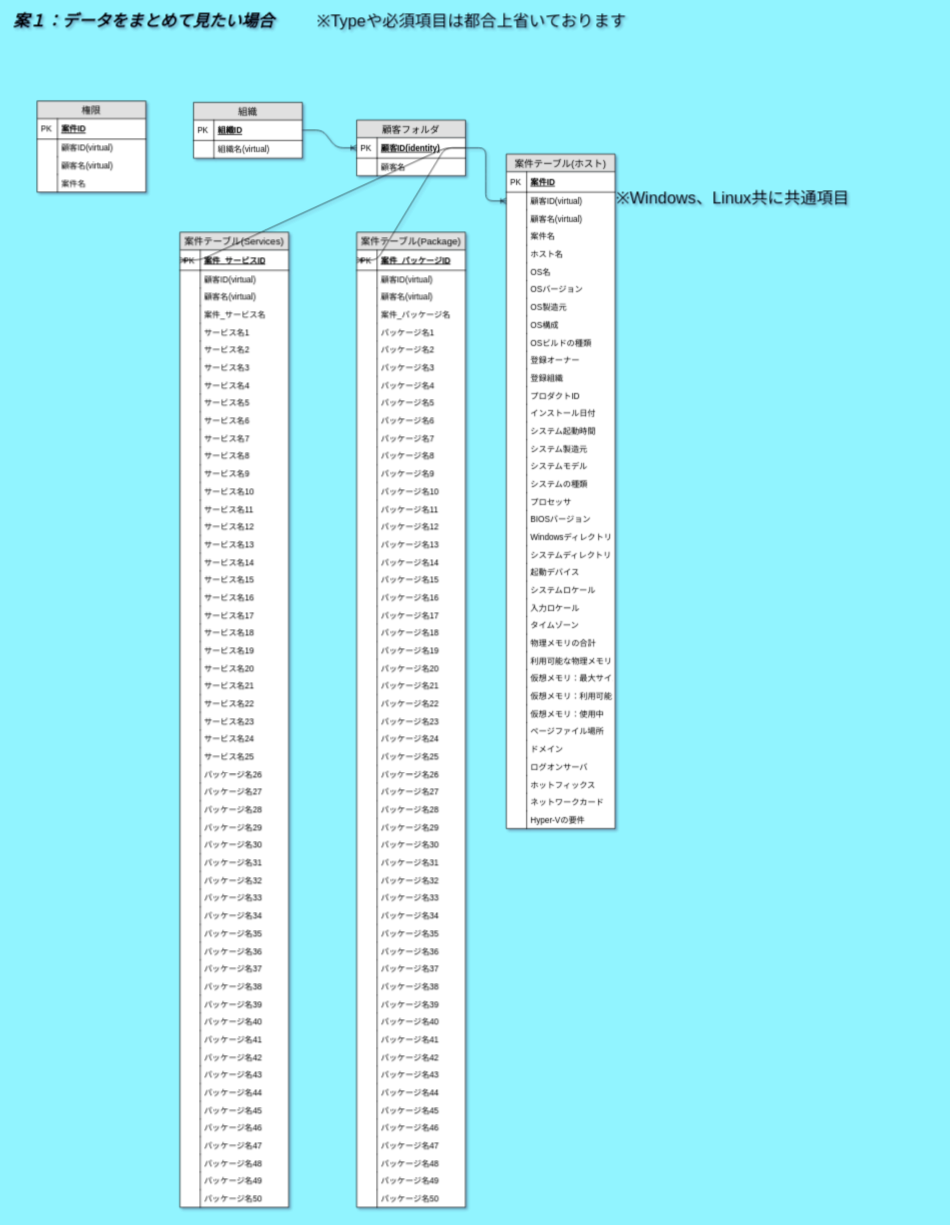
Above: Untitled Diagram.drawio in ToshikiSakaue/test (draw.io), before the change. Source tidied: cells renumbered, new cells numbered last; positions are measured from the earlier drawing's top-left corner, leaving out a move shared by most shapes. Both pictures are drawn from the tidied source at 68%, with x=0, y=0 at pixel (12, 14).
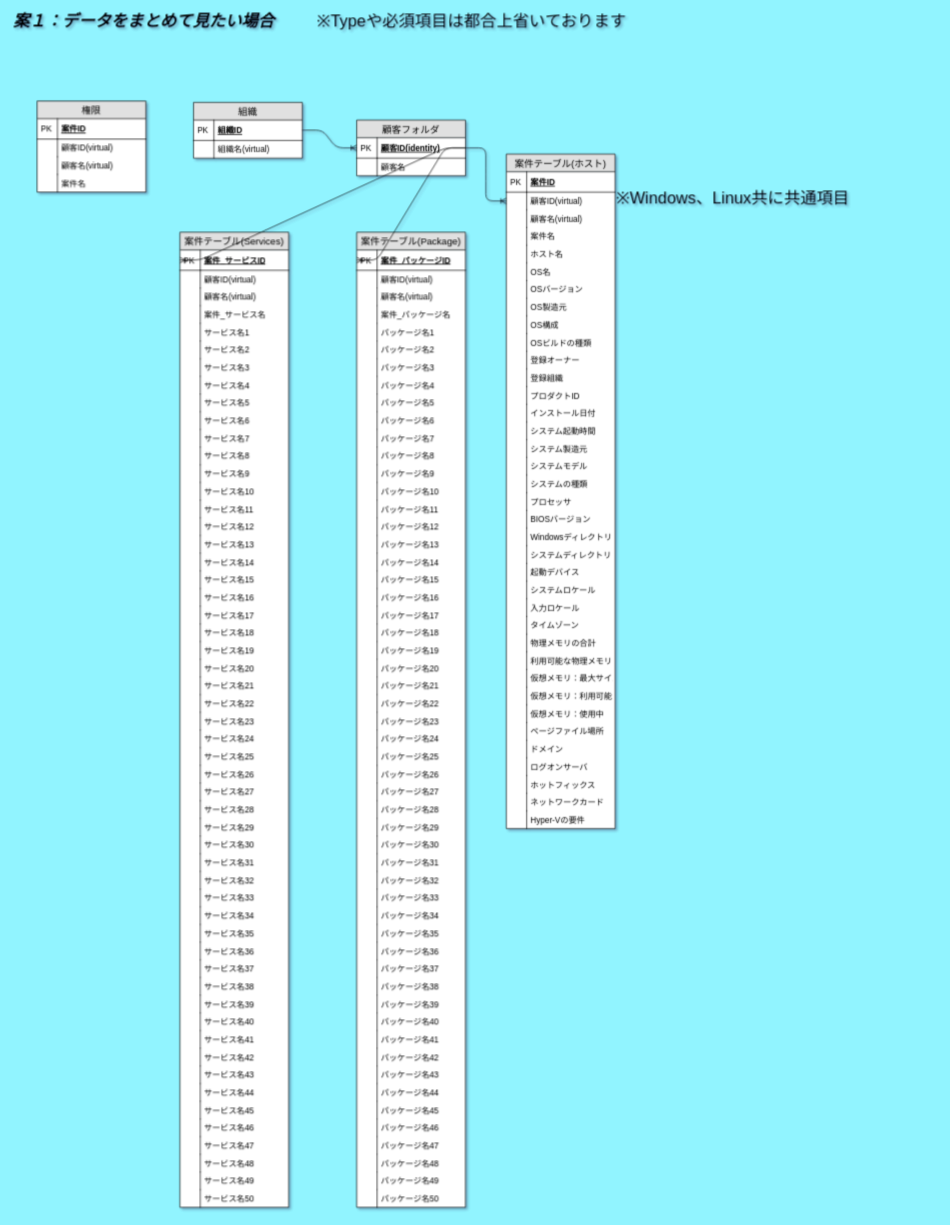
Above is the later version.

Unchanged cells that the change refers to:
```xml
<mxCell id="211" value="案件テーブル(Services)" style="swimlane;fontStyle=0;horizontal=1;startSize=26;fillColor=#e0e0e0;swimlaneFillColor=#ffffff;align=center;fontSize=14;rounded=0;glass=0;" parent="1" vertex="1">
  <mxGeometry x="247" y="320" width="160" height="1434" as="geometry" />
</mxCell>
```

The edit, as a diff of the source:
```diff
@@
-    <mxCell id="270" value="パッケージ名26" style="shape=partialRectangle;top=0;left=0;right=0;bottom=0;align=left;verticalAlign=top;fillColor=none;spacingLeft=34;spacingRight=4;overflow=hidden;fontSize=12;" parent="211" vertex="1">
+    <mxCell id="270" value="サービス名26" style="shape=partialRectangle;top=0;left=0;right=0;bottom=0;align=left;verticalAlign=top;fillColor=none;spacingLeft=34;spacingRight=4;overflow=hidden;fontSize=12;" parent="211" vertex="1">
       <mxGeometry y="784" width="160" height="26" as="geometry" />
     </mxCell>
@@
-    <mxCell id="272" value="パッケージ名27" style="shape=partialRectangle;top=0;left=0;right=0;bottom=0;align=left;verticalAlign=top;fillColor=none;spacingLeft=34;spacingRight=4;overflow=hidden;fontSize=12;" parent="211" vertex="1">
+    <mxCell id="272" value="サービス名27" style="shape=partialRectangle;top=0;left=0;right=0;bottom=0;align=left;verticalAlign=top;fillColor=none;spacingLeft=34;spacingRight=4;overflow=hidden;fontSize=12;" parent="211" vertex="1">
       <mxGeometry y="810" width="160" height="26" as="geometry" />
     </mxCell>
@@
-    <mxCell id="274" value="パッケージ名28" style="shape=partialRectangle;top=0;left=0;right=0;bottom=0;align=left;verticalAlign=top;fillColor=none;spacingLeft=34;spacingRight=4;overflow=hidden;fontSize=12;" parent="211" vertex="1">
+    <mxCell id="274" value="サービス名28" style="shape=partialRectangle;top=0;left=0;right=0;bottom=0;align=left;verticalAlign=top;fillColor=none;spacingLeft=34;spacingRight=4;overflow=hidden;fontSize=12;" parent="211" vertex="1">
       <mxGeometry y="836" width="160" height="26" as="geometry" />
     </mxCell>
@@
-    <mxCell id="276" value="パッケージ名29" style="shape=partialRectangle;top=0;left=0;right=0;bottom=0;align=left;verticalAlign=top;fillColor=none;spacingLeft=34;spacingRight=4;overflow=hidden;fontSize=12;" parent="211" vertex="1">
+    <mxCell id="276" value="サービス名29" style="shape=partialRectangle;top=0;left=0;right=0;bottom=0;align=left;verticalAlign=top;fillColor=none;spacingLeft=34;spacingRight=4;overflow=hidden;fontSize=12;" parent="211" vertex="1">
       <mxGeometry y="862" width="160" height="26" as="geometry" />
     </mxCell>
@@
-    <mxCell id="278" value="パッケージ名30" style="shape=partialRectangle;top=0;left=0;right=0;bottom=0;align=left;verticalAlign=top;fillColor=none;spacingLeft=34;spacingRight=4;overflow=hidden;fontSize=12;" parent="211" vertex="1">
+    <mxCell id="278" value="サービス名30" style="shape=partialRectangle;top=0;left=0;right=0;bottom=0;align=left;verticalAlign=top;fillColor=none;spacingLeft=34;spacingRight=4;overflow=hidden;fontSize=12;" parent="211" vertex="1">
       <mxGeometry y="888" width="160" height="26" as="geometry" />
     </mxCell>
@@
-    <mxCell id="280" value="パッケージ名31" style="shape=partialRectangle;top=0;left=0;right=0;bottom=0;align=left;verticalAlign=top;fillColor=none;spacingLeft=34;spacingRight=4;overflow=hidden;fontSize=12;" parent="211" vertex="1">
+    <mxCell id="280" value="サービス名31" style="shape=partialRectangle;top=0;left=0;right=0;bottom=0;align=left;verticalAlign=top;fillColor=none;spacingLeft=34;spacingRight=4;overflow=hidden;fontSize=12;" parent="211" vertex="1">
       <mxGeometry y="914" width="160" height="26" as="geometry" />
     </mxCell>
@@
-    <mxCell id="282" value="パッケージ名32" style="shape=partialRectangle;top=0;left=0;right=0;bottom=0;align=left;verticalAlign=top;fillColor=none;spacingLeft=34;spacingRight=4;overflow=hidden;fontSize=12;" parent="211" vertex="1">
+    <mxCell id="282" value="サービス名32" style="shape=partialRectangle;top=0;left=0;right=0;bottom=0;align=left;verticalAlign=top;fillColor=none;spacingLeft=34;spacingRight=4;overflow=hidden;fontSize=12;" parent="211" vertex="1">
       <mxGeometry y="940" width="160" height="26" as="geometry" />
     </mxCell>
@@
-    <mxCell id="284" value="パッケージ名33" style="shape=partialRectangle;top=0;left=0;right=0;bottom=0;align=left;verticalAlign=top;fillColor=none;spacingLeft=34;spacingRight=4;overflow=hidden;fontSize=12;" parent="211" vertex="1">
+    <mxCell id="284" value="サービス名33" style="shape=partialRectangle;top=0;left=0;right=0;bottom=0;align=left;verticalAlign=top;fillColor=none;spacingLeft=34;spacingRight=4;overflow=hidden;fontSize=12;" parent="211" vertex="1">
       <mxGeometry y="966" width="160" height="26" as="geometry" />
     </mxCell>
@@
-    <mxCell id="286" value="パッケージ名34" style="shape=partialRectangle;top=0;left=0;right=0;bottom=0;align=left;verticalAlign=top;fillColor=none;spacingLeft=34;spacingRight=4;overflow=hidden;fontSize=12;" parent="211" vertex="1">
+    <mxCell id="286" value="サービス名34" style="shape=partialRectangle;top=0;left=0;right=0;bottom=0;align=left;verticalAlign=top;fillColor=none;spacingLeft=34;spacingRight=4;overflow=hidden;fontSize=12;" parent="211" vertex="1">
       <mxGeometry y="992" width="160" height="26" as="geometry" />
     </mxCell>
@@
-    <mxCell id="288" value="パッケージ名35" style="shape=partialRectangle;top=0;left=0;right=0;bottom=0;align=left;verticalAlign=top;fillColor=none;spacingLeft=34;spacingRight=4;overflow=hidden;fontSize=12;" parent="211" vertex="1">
+    <mxCell id="288" value="サービス名35" style="shape=partialRectangle;top=0;left=0;right=0;bottom=0;align=left;verticalAlign=top;fillColor=none;spacingLeft=34;spacingRight=4;overflow=hidden;fontSize=12;" parent="211" vertex="1">
       <mxGeometry y="1018" width="160" height="26" as="geometry" />
     </mxCell>
@@
-    <mxCell id="290" value="パッケージ名36" style="shape=partialRectangle;top=0;left=0;right=0;bottom=0;align=left;verticalAlign=top;fillColor=none;spacingLeft=34;spacingRight=4;overflow=hidden;fontSize=12;" parent="211" vertex="1">
+    <mxCell id="290" value="サービス名36" style="shape=partialRectangle;top=0;left=0;right=0;bottom=0;align=left;verticalAlign=top;fillColor=none;spacingLeft=34;spacingRight=4;overflow=hidden;fontSize=12;" parent="211" vertex="1">
       <mxGeometry y="1044" width="160" height="26" as="geometry" />
     </mxCell>
@@
-    <mxCell id="292" value="パッケージ名37" style="shape=partialRectangle;top=0;left=0;right=0;bottom=0;align=left;verticalAlign=top;fillColor=none;spacingLeft=34;spacingRight=4;overflow=hidden;fontSize=12;" parent="211" vertex="1">
+    <mxCell id="292" value="サービス名37" style="shape=partialRectangle;top=0;left=0;right=0;bottom=0;align=left;verticalAlign=top;fillColor=none;spacingLeft=34;spacingRight=4;overflow=hidden;fontSize=12;" parent="211" vertex="1">
       <mxGeometry y="1070" width="160" height="26" as="geometry" />
     </mxCell>
@@
-    <mxCell id="294" value="パッケージ名38" style="shape=partialRectangle;top=0;left=0;right=0;bottom=0;align=left;verticalAlign=top;fillColor=none;spacingLeft=34;spacingRight=4;overflow=hidden;fontSize=12;" parent="211" vertex="1">
+    <mxCell id="294" value="サービス名38" style="shape=partialRectangle;top=0;left=0;right=0;bottom=0;align=left;verticalAlign=top;fillColor=none;spacingLeft=34;spacingRight=4;overflow=hidden;fontSize=12;" parent="211" vertex="1">
       <mxGeometry y="1096" width="160" height="26" as="geometry" />
     </mxCell>
@@
-    <mxCell id="296" value="パッケージ名39" style="shape=partialRectangle;top=0;left=0;right=0;bottom=0;align=left;verticalAlign=top;fillColor=none;spacingLeft=34;spacingRight=4;overflow=hidden;fontSize=12;" parent="211" vertex="1">
+    <mxCell id="296" value="サービス名39" style="shape=partialRectangle;top=0;left=0;right=0;bottom=0;align=left;verticalAlign=top;fillColor=none;spacingLeft=34;spacingRight=4;overflow=hidden;fontSize=12;" parent="211" vertex="1">
       <mxGeometry y="1122" width="160" height="26" as="geometry" />
     </mxCell>
@@
-    <mxCell id="298" value="パッケージ名40" style="shape=partialRectangle;top=0;left=0;right=0;bottom=0;align=left;verticalAlign=top;fillColor=none;spacingLeft=34;spacingRight=4;overflow=hidden;fontSize=12;" parent="211" vertex="1">
+    <mxCell id="298" value="サービス名40" style="shape=partialRectangle;top=0;left=0;right=0;bottom=0;align=left;verticalAlign=top;fillColor=none;spacingLeft=34;spacingRight=4;overflow=hidden;fontSize=12;" parent="211" vertex="1">
       <mxGeometry y="1148" width="160" height="26" as="geometry" />
     </mxCell>
@@
-    <mxCell id="300" value="パッケージ名41" style="shape=partialRectangle;top=0;left=0;right=0;bottom=0;align=left;verticalAlign=top;fillColor=none;spacingLeft=34;spacingRight=4;overflow=hidden;fontSize=12;" parent="211" vertex="1">
+    <mxCell id="300" value="サービス名41" style="shape=partialRectangle;top=0;left=0;right=0;bottom=0;align=left;verticalAlign=top;fillColor=none;spacingLeft=34;spacingRight=4;overflow=hidden;fontSize=12;" parent="211" vertex="1">
       <mxGeometry y="1174" width="160" height="26" as="geometry" />
     </mxCell>
@@
-    <mxCell id="302" value="パッケージ名42" style="shape=partialRectangle;top=0;left=0;right=0;bottom=0;align=left;verticalAlign=top;fillColor=none;spacingLeft=34;spacingRight=4;overflow=hidden;fontSize=12;" parent="211" vertex="1">
+    <mxCell id="302" value="サービス名42" style="shape=partialRectangle;top=0;left=0;right=0;bottom=0;align=left;verticalAlign=top;fillColor=none;spacingLeft=34;spacingRight=4;overflow=hidden;fontSize=12;" parent="211" vertex="1">
       <mxGeometry y="1200" width="160" height="26" as="geometry" />
     </mxCell>
@@
-    <mxCell id="304" value="パッケージ名43" style="shape=partialRectangle;top=0;left=0;right=0;bottom=0;align=left;verticalAlign=top;fillColor=none;spacingLeft=34;spacingRight=4;overflow=hidden;fontSize=12;" parent="211" vertex="1">
+    <mxCell id="304" value="サービス名43" style="shape=partialRectangle;top=0;left=0;right=0;bottom=0;align=left;verticalAlign=top;fillColor=none;spacingLeft=34;spacingRight=4;overflow=hidden;fontSize=12;" parent="211" vertex="1">
       <mxGeometry y="1226" width="160" height="26" as="geometry" />
     </mxCell>
@@
-    <mxCell id="306" value="パッケージ名44" style="shape=partialRectangle;top=0;left=0;right=0;bottom=0;align=left;verticalAlign=top;fillColor=none;spacingLeft=34;spacingRight=4;overflow=hidden;fontSize=12;" parent="211" vertex="1">
+    <mxCell id="306" value="サービス名44" style="shape=partialRectangle;top=0;left=0;right=0;bottom=0;align=left;verticalAlign=top;fillColor=none;spacingLeft=34;spacingRight=4;overflow=hidden;fontSize=12;" parent="211" vertex="1">
       <mxGeometry y="1252" width="160" height="26" as="geometry" />
     </mxCell>
@@
-    <mxCell id="308" value="パッケージ名45" style="shape=partialRectangle;top=0;left=0;right=0;bottom=0;align=left;verticalAlign=top;fillColor=none;spacingLeft=34;spacingRight=4;overflow=hidden;fontSize=12;" parent="211" vertex="1">
+    <mxCell id="308" value="サービス名45" style="shape=partialRectangle;top=0;left=0;right=0;bottom=0;align=left;verticalAlign=top;fillColor=none;spacingLeft=34;spacingRight=4;overflow=hidden;fontSize=12;" parent="211" vertex="1">
       <mxGeometry y="1278" width="160" height="26" as="geometry" />
     </mxCell>
@@
-    <mxCell id="310" value="パッケージ名46" style="shape=partialRectangle;top=0;left=0;right=0;bottom=0;align=left;verticalAlign=top;fillColor=none;spacingLeft=34;spacingRight=4;overflow=hidden;fontSize=12;" parent="211" vertex="1">
+    <mxCell id="310" value="サービス名46" style="shape=partialRectangle;top=0;left=0;right=0;bottom=0;align=left;verticalAlign=top;fillColor=none;spacingLeft=34;spacingRight=4;overflow=hidden;fontSize=12;" parent="211" vertex="1">
       <mxGeometry y="1304" width="160" height="26" as="geometry" />
     </mxCell>
@@
-    <mxCell id="312" value="パッケージ名47" style="shape=partialRectangle;top=0;left=0;right=0;bottom=0;align=left;verticalAlign=top;fillColor=none;spacingLeft=34;spacingRight=4;overflow=hidden;fontSize=12;" parent="211" vertex="1">
+    <mxCell id="312" value="サービス名47" style="shape=partialRectangle;top=0;left=0;right=0;bottom=0;align=left;verticalAlign=top;fillColor=none;spacingLeft=34;spacingRight=4;overflow=hidden;fontSize=12;" parent="211" vertex="1">
       <mxGeometry y="1330" width="160" height="26" as="geometry" />
     </mxCell>
@@
-    <mxCell id="314" value="パッケージ名48" style="shape=partialRectangle;top=0;left=0;right=0;bottom=0;align=left;verticalAlign=top;fillColor=none;spacingLeft=34;spacingRight=4;overflow=hidden;fontSize=12;" parent="211" vertex="1">
+    <mxCell id="314" value="サービス名48" style="shape=partialRectangle;top=0;left=0;right=0;bottom=0;align=left;verticalAlign=top;fillColor=none;spacingLeft=34;spacingRight=4;overflow=hidden;fontSize=12;" parent="211" vertex="1">
       <mxGeometry y="1356" width="160" height="26" as="geometry" />
     </mxCell>
@@
-    <mxCell id="316" value="パッケージ名49" style="shape=partialRectangle;top=0;left=0;right=0;bottom=0;align=left;verticalAlign=top;fillColor=none;spacingLeft=34;spacingRight=4;overflow=hidden;fontSize=12;" parent="211" vertex="1">
+    <mxCell id="316" value="サービス名49" style="shape=partialRectangle;top=0;left=0;right=0;bottom=0;align=left;verticalAlign=top;fillColor=none;spacingLeft=34;spacingRight=4;overflow=hidden;fontSize=12;" parent="211" vertex="1">
       <mxGeometry y="1382" width="160" height="26" as="geometry" />
     </mxCell>
@@
-    <mxCell id="318" value="パッケージ名50" style="shape=partialRectangle;top=0;left=0;right=0;bottom=0;align=left;verticalAlign=top;fillColor=none;spacingLeft=34;spacingRight=4;overflow=hidden;fontSize=12;" parent="211" vertex="1">
+    <mxCell id="318" value="サービス名50" style="shape=partialRectangle;top=0;left=0;right=0;bottom=0;align=left;verticalAlign=top;fillColor=none;spacingLeft=34;spacingRight=4;overflow=hidden;fontSize=12;" parent="211" vertex="1">
       <mxGeometry y="1408" width="160" height="26" as="geometry" />
     </mxCell>
```
